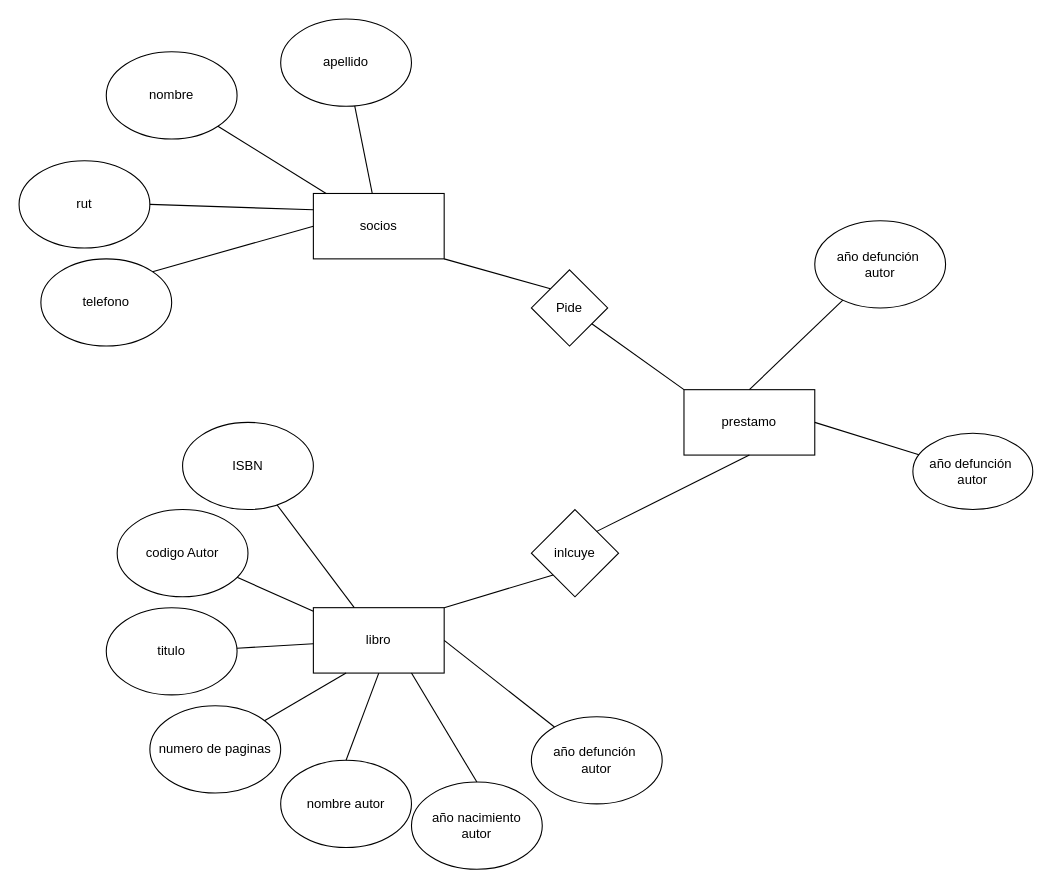
Above: modelo_conceptual.drawio in emersonxinay/diagram (draw.io), before the change. Source tidied: cells renumbered, new cells numbered last; positions are measured from the earlier drawing's top-left corner, leaving out a move shared by most shapes. Both pictures are drawn from the tidied source at 109%, with x=0, y=0 at pixel (19, 19).
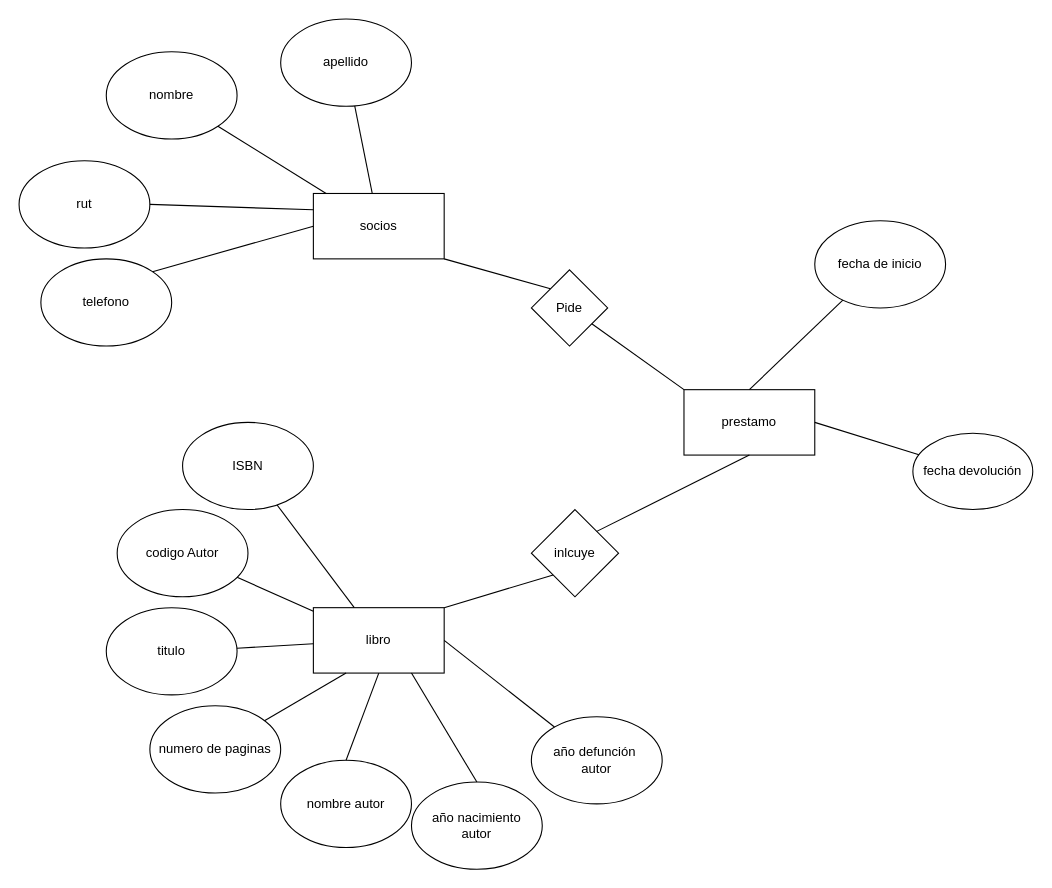
The same diagram, later.

Diff of the diagram source:
```diff
@@
-    <mxCell id="27" value="año defunción&amp;nbsp;&lt;br&gt;autor" style="ellipse;whiteSpace=wrap;html=1;" parent="1" vertex="1">
+    <mxCell id="27" value="fecha de inicio" style="ellipse;whiteSpace=wrap;html=1;" parent="1" vertex="1">
       <mxGeometry x="730" y="185" width="120" height="80" as="geometry" />
     </mxCell>
@@
-    <mxCell id="29" value="año defunción&amp;nbsp;&lt;br&gt;autor" style="ellipse;whiteSpace=wrap;html=1;" parent="1" vertex="1">
+    <mxCell id="29" value="fecha devolución" style="ellipse;whiteSpace=wrap;html=1;" parent="1" vertex="1">
       <mxGeometry x="820" y="380" width="110" height="70" as="geometry" />
     </mxCell>
```
